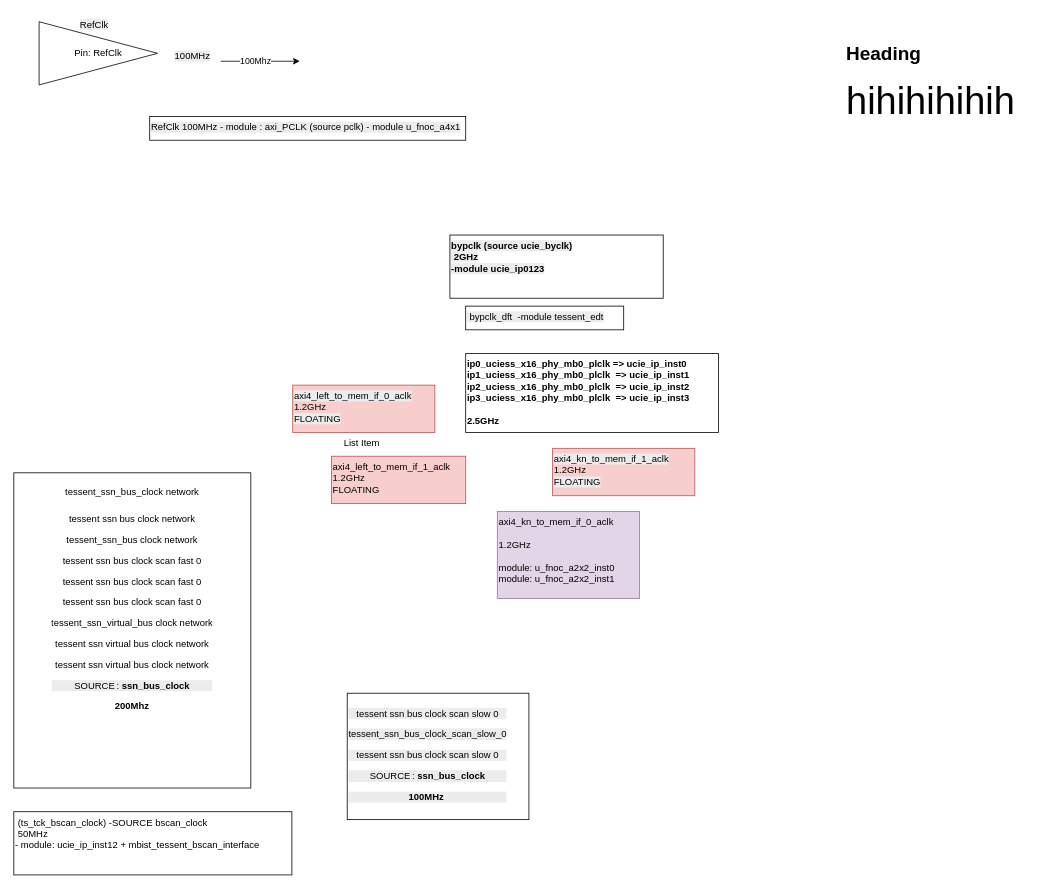
The draw.io diagram ucie.drawio in vinhkhang97/BE_Terminology, before the edit. Source tidied: cells renumbered, new cells numbered last; positions are measured from the earlier drawing's top-left corner, leaving out a move shared by most shapes. Both pictures are drawn from the tidied source at 79%, with x=0, y=0 at pixel (13, 13).
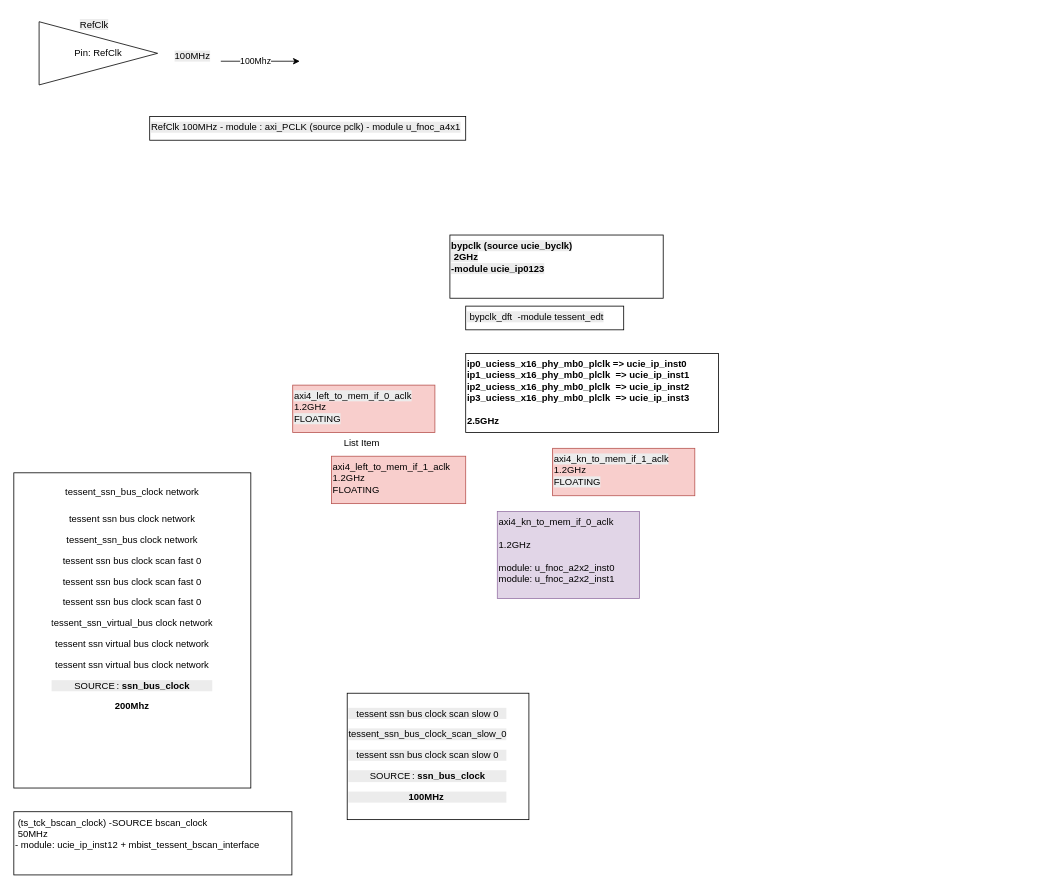
After the change.

What changed in the source:
```diff
@@
-    <mxCell id="19" value="&lt;h1 style=&quot;margin-top: 0px;&quot;&gt;Heading&lt;/h1&gt;&lt;p&gt;&lt;span style=&quot;font-size: 48px;&quot;&gt;hihihihihih&lt;/span&gt;&lt;/p&gt;" style="text;html=1;whiteSpace=wrap;overflow=hidden;rounded=0;" parent="1" vertex="1">
-      <mxGeometry x="1052" y="30" width="230" height="260" as="geometry" />
-    </mxCell>
```
